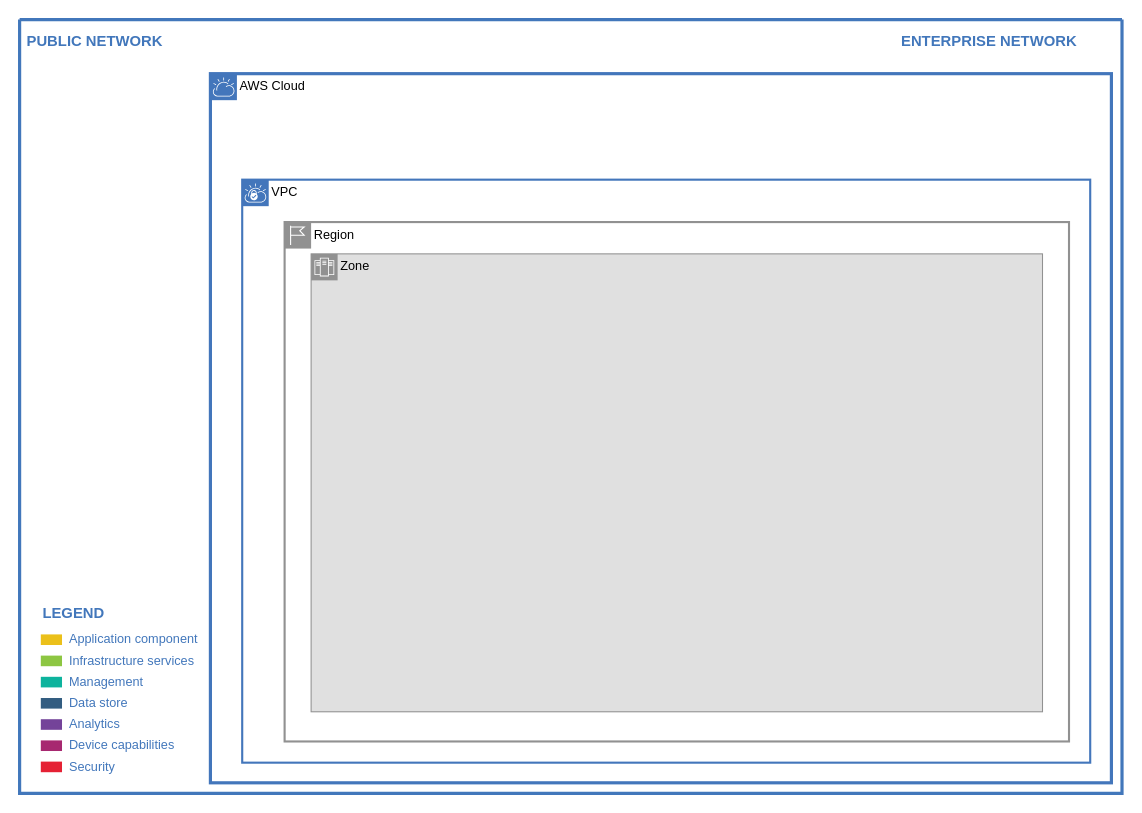
This is Hello World.drawio from jmcabandara/Assignment-TTO, a draw.io file, before an edit. Source tidied: cells renumbered, new cells numbered last; positions are measured from the earlier drawing's top-left corner, leaving out a move shared by most shapes. Both pictures are drawn from the tidied source at 106%, with x=0, y=0 at pixel (19, 19).
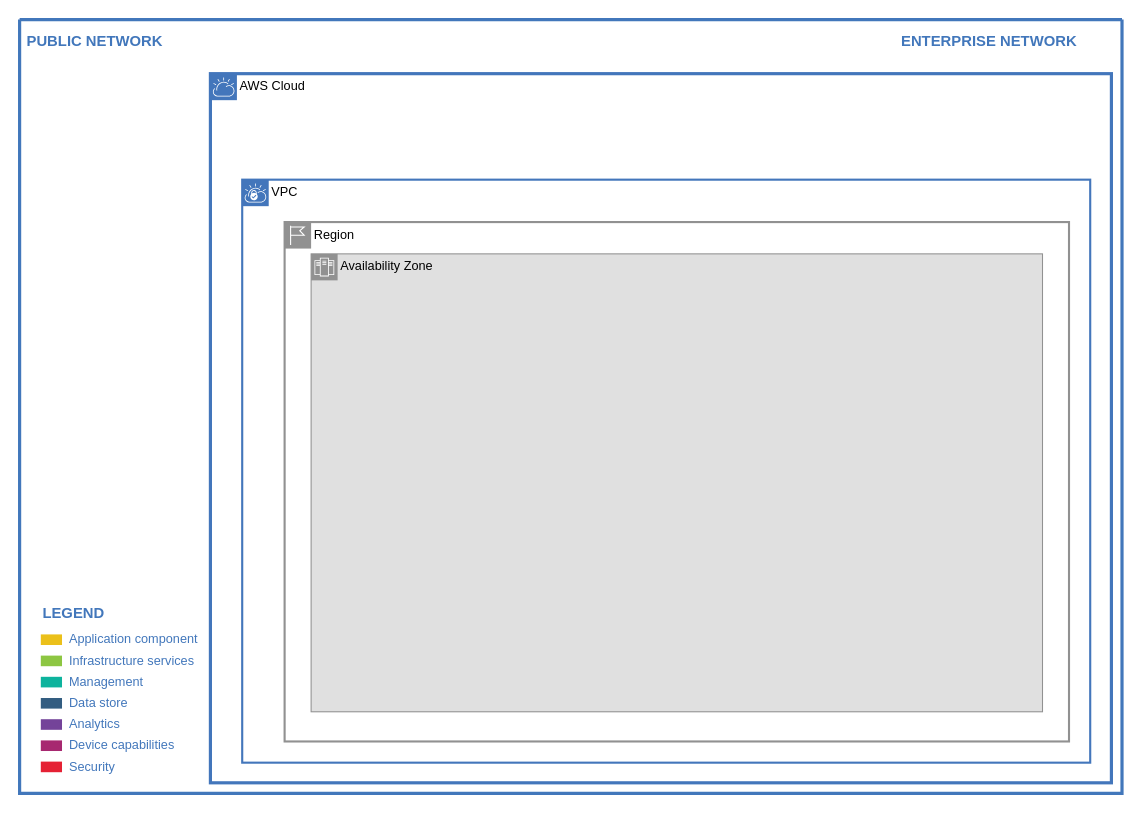
The same diagram, later.

Diff of the diagram source:
```diff
@@
 <mxGraphModel background="#ffffff">
   <root>
     <mxCell id="0" />
     <mxCell id="1" parent="0" />
     <mxCell id="2" style="swimlane;shadow=0;strokeColor=#4277BB;fillColor=#ffffff;fontColor=none;align=right;startSize=0;noLabel=1;strokeWidth=3;" parent="1" vertex="1">
       <mxGeometry width="1040" height="730" as="geometry" />
     </mxCell>
     <mxCell id="3" value="PUBLIC NETWORK" style="text;html=1;align=left;verticalAlign=middle;fontColor=#4277BB;shadow=0;dashed=0;strokeColor=none;fillColor=none;labelBackgroundColor=none;fontStyle=1;fontSize=14;spacingLeft=5;" parent="2" vertex="1">
       <mxGeometry y="10" width="150" height="20" as="geometry" />
     </mxCell>
     <mxCell id="4" value="ENTERPRISE NETWORK" style="text;html=1;align=left;verticalAlign=middle;fontColor=#4277BB;shadow=0;dashed=0;strokeColor=none;fillColor=none;labelBackgroundColor=none;fontStyle=1;fontSize=14;spacingLeft=5;" parent="2" vertex="1">
       <mxGeometry x="825" y="10" width="185" height="20" as="geometry" />
     </mxCell>
     <mxCell id="5" value="Application component" style="rounded=0;html=1;shadow=0;labelBackgroundColor=none;strokeColor=none;strokeWidth=2;fillColor=#EBC01A;gradientColor=none;fontSize=12;fontColor=#4277BB;align=left;labelPosition=right;verticalLabelPosition=middle;verticalAlign=middle;spacingLeft=5;" parent="2" vertex="1">
       <mxGeometry x="20" y="580" width="20" height="10" as="geometry" />
     </mxCell>
     <mxCell id="6" value="Infrastructure services" style="rounded=0;html=1;shadow=0;labelBackgroundColor=none;strokeColor=none;strokeWidth=2;fillColor=#8DC642;gradientColor=none;fontSize=12;fontColor=#4277BB;align=left;labelPosition=right;verticalLabelPosition=middle;verticalAlign=middle;spacingLeft=5;" parent="2" vertex="1">
       <mxGeometry x="20" y="600" width="20" height="10" as="geometry" />
     </mxCell>
     <mxCell id="7" value="Management" style="rounded=0;html=1;shadow=0;labelBackgroundColor=none;strokeColor=none;strokeWidth=2;fillColor=#0DB39D;gradientColor=none;fontSize=12;fontColor=#4277BB;align=left;labelPosition=right;verticalLabelPosition=middle;verticalAlign=middle;spacingLeft=5;" parent="2" vertex="1">
       <mxGeometry x="20" y="620" width="20" height="10" as="geometry" />
     </mxCell>
     <mxCell id="8" value="Data store" style="rounded=0;html=1;shadow=0;labelBackgroundColor=none;strokeColor=none;strokeWidth=2;fillColor=#335D81;gradientColor=none;fontSize=12;fontColor=#4277BB;align=left;labelPosition=right;verticalLabelPosition=middle;verticalAlign=middle;spacingLeft=5;" parent="2" vertex="1">
       <mxGeometry x="20" y="640" width="20" height="10" as="geometry" />
     </mxCell>
     <mxCell id="9" value="Analytics" style="rounded=0;html=1;shadow=0;labelBackgroundColor=none;strokeColor=none;strokeWidth=2;fillColor=#744399;gradientColor=none;fontSize=12;fontColor=#4277BB;align=left;labelPosition=right;verticalLabelPosition=middle;verticalAlign=middle;spacingLeft=5;" parent="2" vertex="1">
       <mxGeometry x="20" y="660" width="20" height="10" as="geometry" />
     </mxCell>
     <mxCell id="10" value="Device capabilities" style="rounded=0;html=1;shadow=0;labelBackgroundColor=none;strokeColor=none;strokeWidth=2;fillColor=#A72870;gradientColor=none;fontSize=12;fontColor=#4277BB;align=left;labelPosition=right;verticalLabelPosition=middle;verticalAlign=middle;spacingLeft=5;" parent="2" vertex="1">
       <mxGeometry x="20" y="680" width="20" height="10" as="geometry" />
     </mxCell>
     <mxCell id="11" value="Security" style="rounded=0;html=1;shadow=0;labelBackgroundColor=none;strokeColor=none;strokeWidth=2;fillColor=#E52134;gradientColor=none;fontSize=12;fontColor=#4277BB;align=left;labelPosition=right;verticalLabelPosition=middle;verticalAlign=middle;spacingLeft=5;" parent="2" vertex="1">
       <mxGeometry x="20" y="700" width="20" height="10" as="geometry" />
     </mxCell>
     <mxCell id="12" value="LEGEND" style="text;html=1;align=left;verticalAlign=middle;fontColor=#4277BB;shadow=0;dashed=0;strokeColor=none;fillColor=none;labelBackgroundColor=none;fontStyle=1;fontSize=14;spacingLeft=0;" parent="2" vertex="1">
       <mxGeometry x="20" y="550" width="150" height="20" as="geometry" />
     </mxCell>
     <mxCell id="13" value="AWS Cloud" style="shape=mxgraph.ibm.box;prType=cloud;fontStyle=0;verticalAlign=top;align=left;spacingLeft=32;spacingTop=4;fillColor=none;rounded=0;whiteSpace=wrap;html=1;strokeColor=#4376BB;strokeWidth=3;dashed=0;spacing=-4;" parent="2" vertex="1">
       <mxGeometry x="180" y="51" width="850" height="669" as="geometry" />
     </mxCell>
     <mxCell id="14" value="VPC" style="shape=mxgraph.ibm.box;prType=vpc;fontStyle=0;verticalAlign=top;align=left;spacingLeft=32;spacingTop=4;fillColor=none;rounded=0;whiteSpace=wrap;html=1;strokeColor=#4376BB;strokeWidth=2;dashed=0;spacing=-4;" parent="13" vertex="1">
       <mxGeometry x="30" y="100" width="800" height="550" as="geometry" />
     </mxCell>
     <mxCell id="15" value="Region" style="shape=mxgraph.ibm.box;prType=region;fontStyle=0;verticalAlign=top;align=left;spacingLeft=32;spacingTop=4;fillColor=none;rounded=0;whiteSpace=wrap;html=1;strokeColor=#919191;strokeWidth=2;dashed=0;spacing=-4;" parent="14" vertex="1">
       <mxGeometry x="40" y="40" width="740" height="490" as="geometry" />
     </mxCell>
-    <mxCell id="16" value="Zone" style="shape=mxgraph.ibm.box;prType=zone;fontStyle=0;verticalAlign=top;align=left;spacingLeft=32;spacingTop=4;fillColor=#E0E0E0;rounded=0;whiteSpace=wrap;html=1;strokeColor=#919191;strokeWidth=1;dashed=0;spacing=-4;" parent="15" vertex="1">
+    <mxCell id="16" value="Availability Zone" style="shape=mxgraph.ibm.box;prType=zone;fontStyle=0;verticalAlign=top;align=left;spacingLeft=32;spacingTop=4;fillColor=#E0E0E0;rounded=0;whiteSpace=wrap;html=1;strokeColor=#919191;strokeWidth=1;dashed=0;spacing=-4;" parent="15" vertex="1">
       <mxGeometry x="25" y="30" width="690" height="432" as="geometry" />
     </mxCell>
   </root>
 </mxGraphModel>
```
